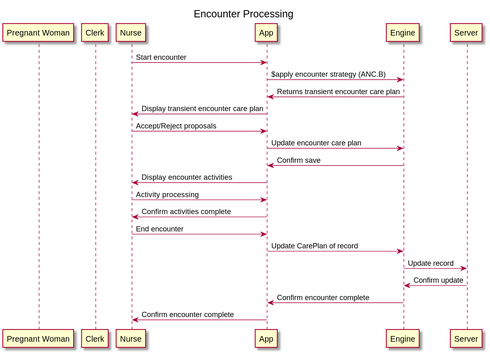
The PlantUML diagram input/pagecontent/assets/images/encounter-processing.svg in WorldHealthOrganization/smart-anc, before a commit.
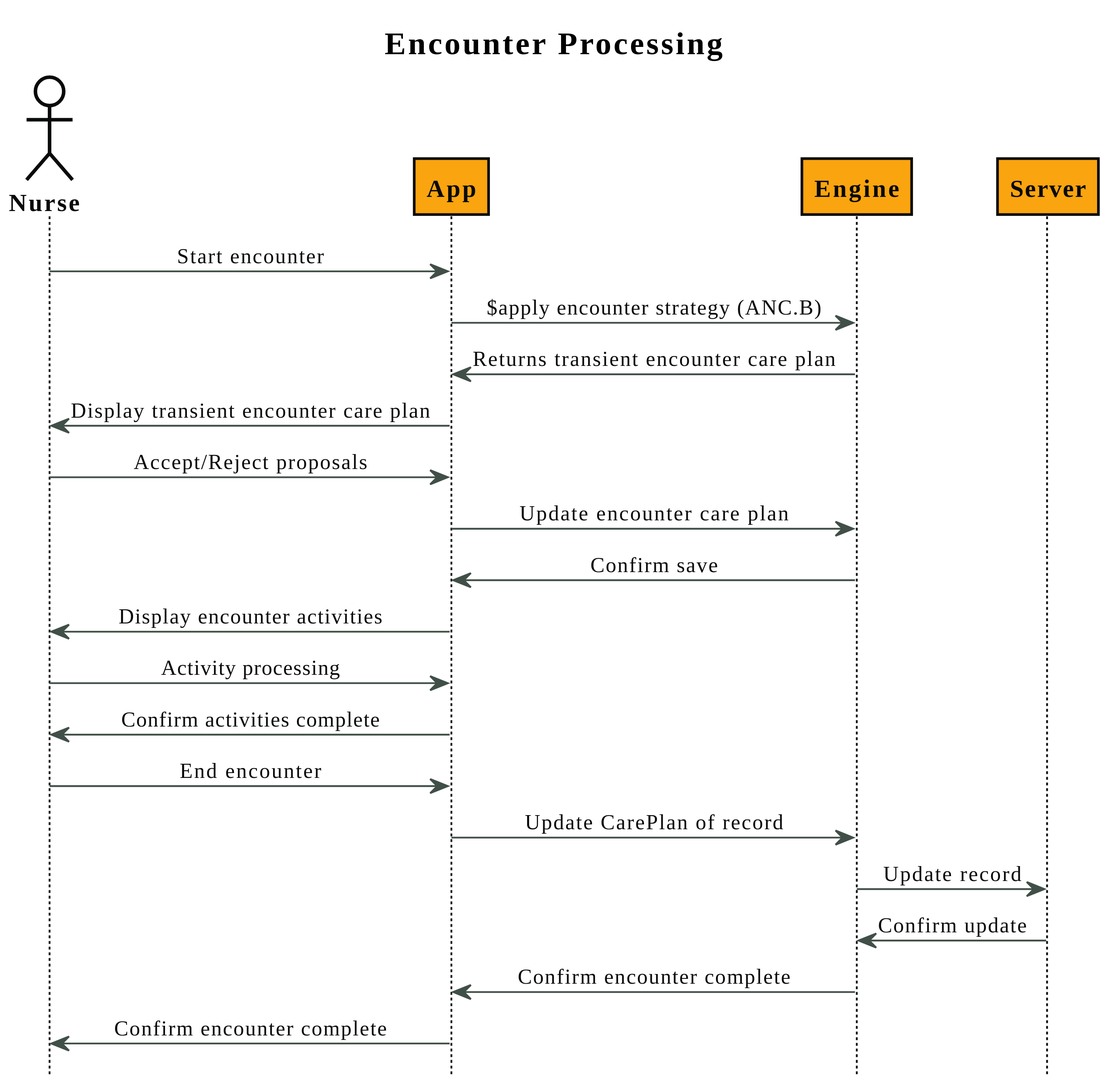
After the commit.

What changed in the source:
```diff
@@ -1,8 +1,7 @@
 @startuml EncounterProcessing
+!include styling.puml
 title Encounter Processing
-participant "Pregnant Woman" as PW
-participant "Clerk" as Clerk
-participant "Nurse" as Nurse
+actor "Nurse" as Nurse
 participant "App" as App
 participant "Engine" as Engine
 participant "Server" as Server
```
